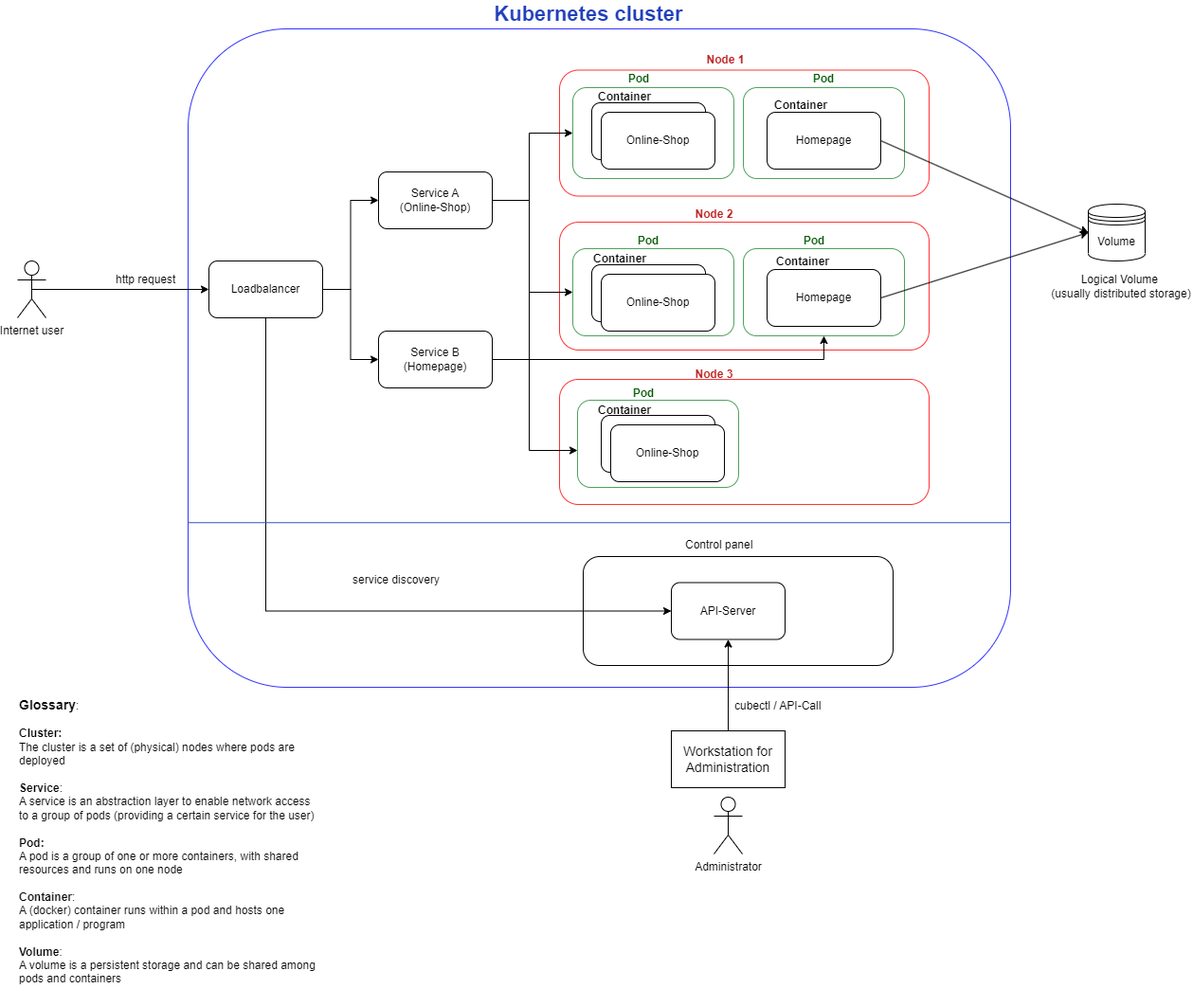
Before: Part-3/3.11/kubernetes.png, a diagram exported from draw.io (HoffmannTom/DevOps-with-Docker). Source tidied: cells renumbered, new cells last; positions are measured from the earlier drawing's top-left corner, leaving out a move shared by most shapes.
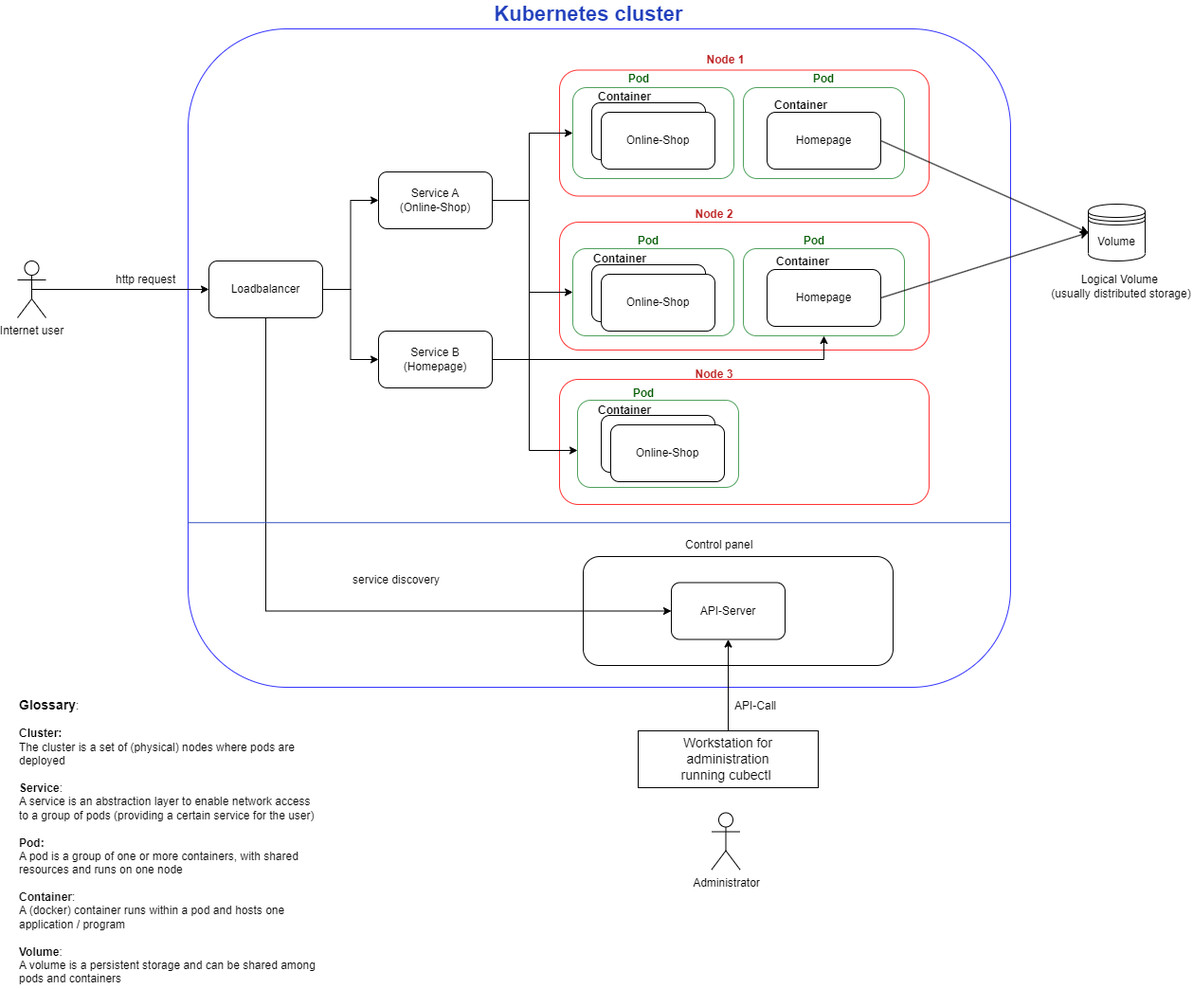
The same diagram one commit later.

Change to the diagram source:
```diff
@@ -86,7 +86,7 @@
     <mxCell id="29" value="&lt;font color=&quot;#005900&quot;&gt;Pod&lt;/font&gt;" style="text;html=1;strokeColor=none;fillColor=none;align=center;verticalAlign=middle;whiteSpace=wrap;rounded=0;fontColor=#203fbc;fontStyle=1;" parent="1" vertex="1">
       <mxGeometry x="791" y="239" width="100" height="30" as="geometry" />
     </mxCell>
-    <mxCell id="30" value="&lt;div style=&quot;&quot;&gt;cubectl / API-Call&lt;/div&gt;" style="text;html=1;strokeColor=none;fillColor=none;align=left;verticalAlign=middle;whiteSpace=wrap;rounded=0;" parent="1" vertex="1">
+    <mxCell id="30" value="&lt;div style=&quot;&quot;&gt;&lt;span style=&quot;background-color: initial;&quot;&gt;API-Call&lt;/span&gt;&lt;br&gt;&lt;/div&gt;" style="text;html=1;strokeColor=none;fillColor=none;align=left;verticalAlign=middle;whiteSpace=wrap;rounded=0;" parent="1" vertex="1">
       <mxGeometry x="755" y="732.5" width="115" height="25" as="geometry" />
     </mxCell>
     <mxCell id="31" value="API-Server" style="rounded=1;whiteSpace=wrap;html=1;strokeColor=#000000;fontColor=#000000;fillColor=none;" parent="1" vertex="1">
@@ -116,11 +116,11 @@
     <mxCell id="39" value="&lt;div style=&quot;&quot;&gt;Logical Volume&amp;nbsp;&lt;/div&gt;&lt;div style=&quot;&quot;&gt;(usually distributed storage)&lt;/div&gt;" style="text;html=1;strokeColor=none;fillColor=none;align=center;verticalAlign=middle;whiteSpace=wrap;rounded=0;" parent="1" vertex="1">
       <mxGeometry x="1090" y="289" width="150" height="25" as="geometry" />
     </mxCell>
-    <mxCell id="40" value="Workstation for Administration" style="rounded=0;whiteSpace=wrap;html=1;strokeColor=#000000;fontSize=14;fontColor=#000000;fillColor=none;" parent="1" vertex="1">
-      <mxGeometry x="690" y="771" width="120" height="60" as="geometry" />
+    <mxCell id="40" value="Workstation for &lt;br&gt;administration&lt;br&gt;running&amp;nbsp;cubectl&amp;nbsp;" style="rounded=0;whiteSpace=wrap;html=1;strokeColor=#000000;fontSize=14;fontColor=#000000;fillColor=none;" parent="1" vertex="1">
+      <mxGeometry x="655" y="771" width="190" height="60" as="geometry" />
     </mxCell>
     <mxCell id="41" value="Administrator" style="shape=umlActor;verticalLabelPosition=bottom;verticalAlign=top;html=1;" parent="1" vertex="1">
-      <mxGeometry x="735" y="841" width="30" height="60" as="geometry" />
+      <mxGeometry x="732.5" y="857.5" width="30" height="60" as="geometry" />
     </mxCell>
     <mxCell id="42" style="rounded=1;whiteSpace=wrap;html=1;strokeColor=#4fa15d;fontColor=#bc2020;fillColor=none;" parent="1" vertex="1">
       <mxGeometry x="591" y="422" width="170" height="92" as="geometry" />
```
